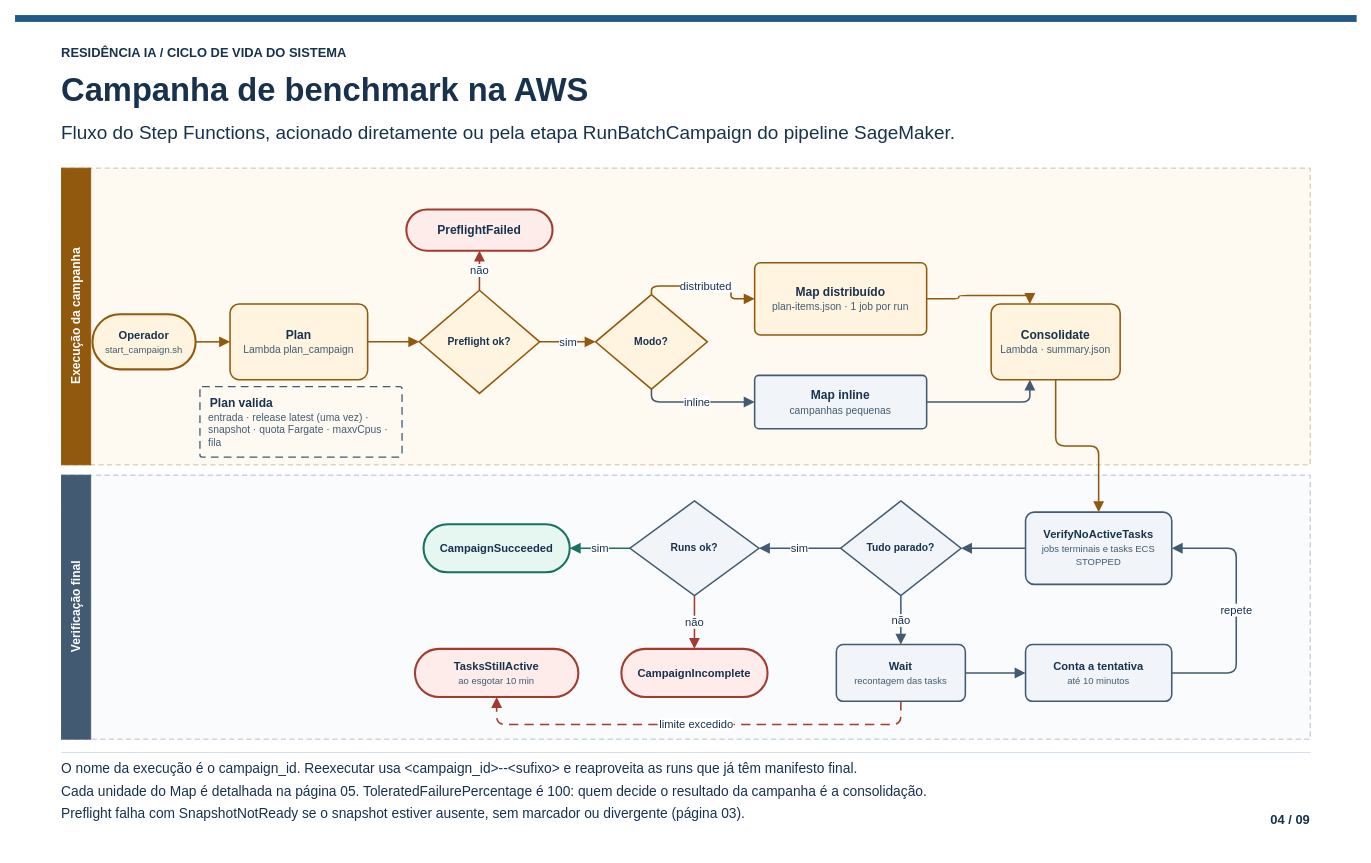
Earlier version of the draw.io diagram page "04 · Campanha de benchmark" (4 of 9) of docs/diagrams/ciclo-de-vida-sistema.drawio (xxggabriel/residencia-ia). Source tidied: cells renumbered, new cells numbered last; positions are measured from the earlier drawing's top-left corner, leaving out a move shared by most shapes. Both pictures are drawn from the tidied source at 86%, with x=0, y=0 at pixel (15, 15).
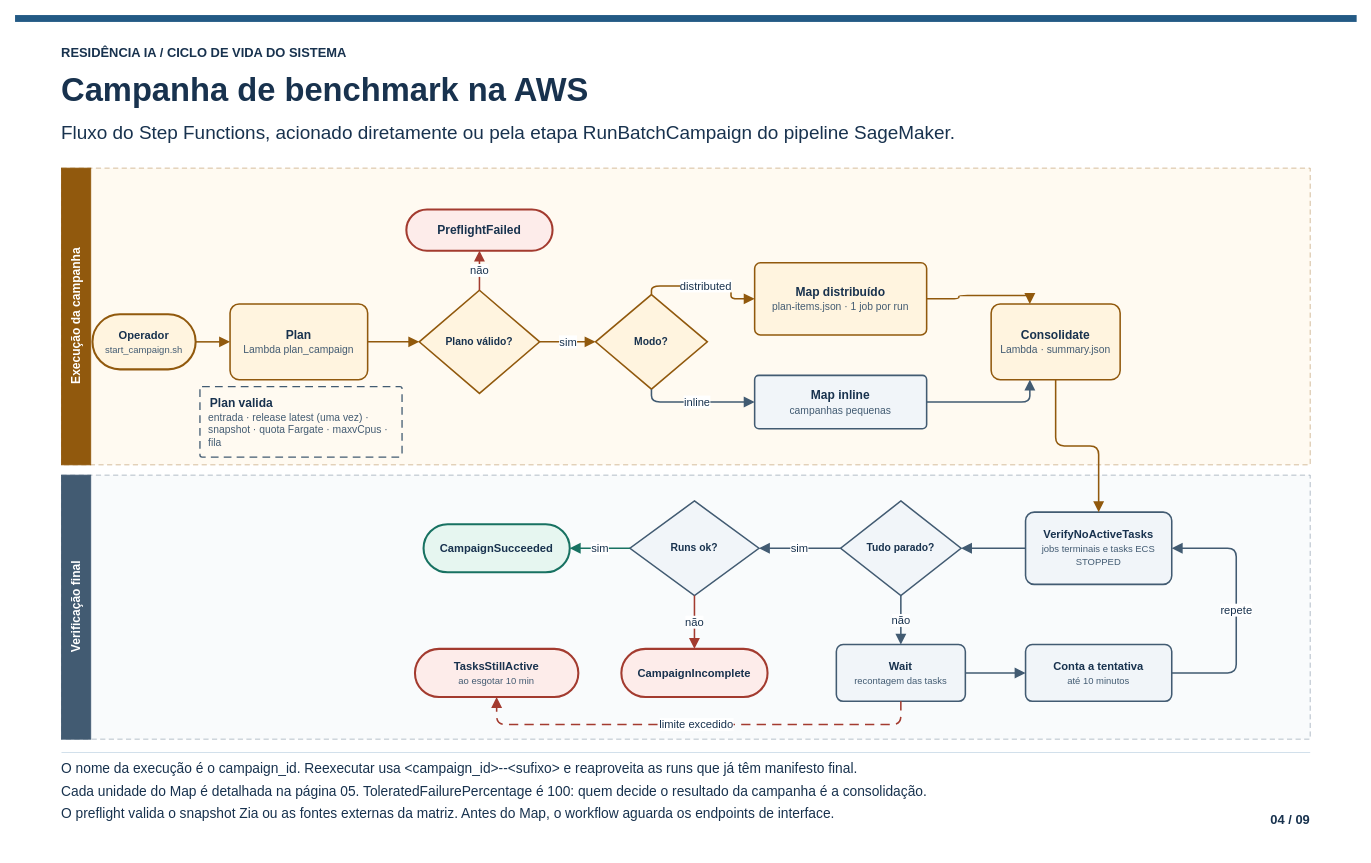
The same page after the edit.

Change to the diagram source:
```diff
@@
-    <mxCell id="10" value="Preflight falha com SnapshotNotReady se o snapshot estiver ausente, sem marcador ou divergente (página 03)." style="text;strokeColor=none;fillColor=none;align=left;verticalAlign=middle;spacing=0;fontSize=16;html=1;fontFamily=Arial;fontColor=#18324e;whiteSpace=wrap;" parent="1" vertex="1">
+    <mxCell id="10" value="O preflight valida o snapshot Zia ou as fontes externas da matriz. Antes do Map, o workflow aguarda os endpoints de interface." style="text;strokeColor=none;fillColor=none;align=left;verticalAlign=middle;spacing=0;fontSize=16;html=1;fontFamily=Arial;fontColor=#18324e;whiteSpace=wrap;" parent="1" vertex="1">
       <mxGeometry x="54" y="915" width="1385" height="26" as="geometry" />
     </mxCell>
@@
-    <mxCell id="18" value="&lt;b&gt;Preflight ok?&lt;/b&gt;" style="rhombus;strokeColor=#91590d;fillColor=#fff4df;strokeWidth=1.8;fontSize=12;verticalAlign=middle;html=1;fontFamily=Arial;fontColor=#18324e;whiteSpace=wrap;" parent="1" vertex="1">
+    <mxCell id="18" value="&lt;b&gt;Plano válido?&lt;/b&gt;" style="rhombus;strokeColor=#91590d;fillColor=#fff4df;strokeWidth=1.8;fontSize=12;verticalAlign=middle;html=1;fontFamily=Arial;fontColor=#18324e;whiteSpace=wrap;" parent="1" vertex="1">
       <mxGeometry x="470" y="320" width="140" height="120" as="geometry" />
     </mxCell>
```
